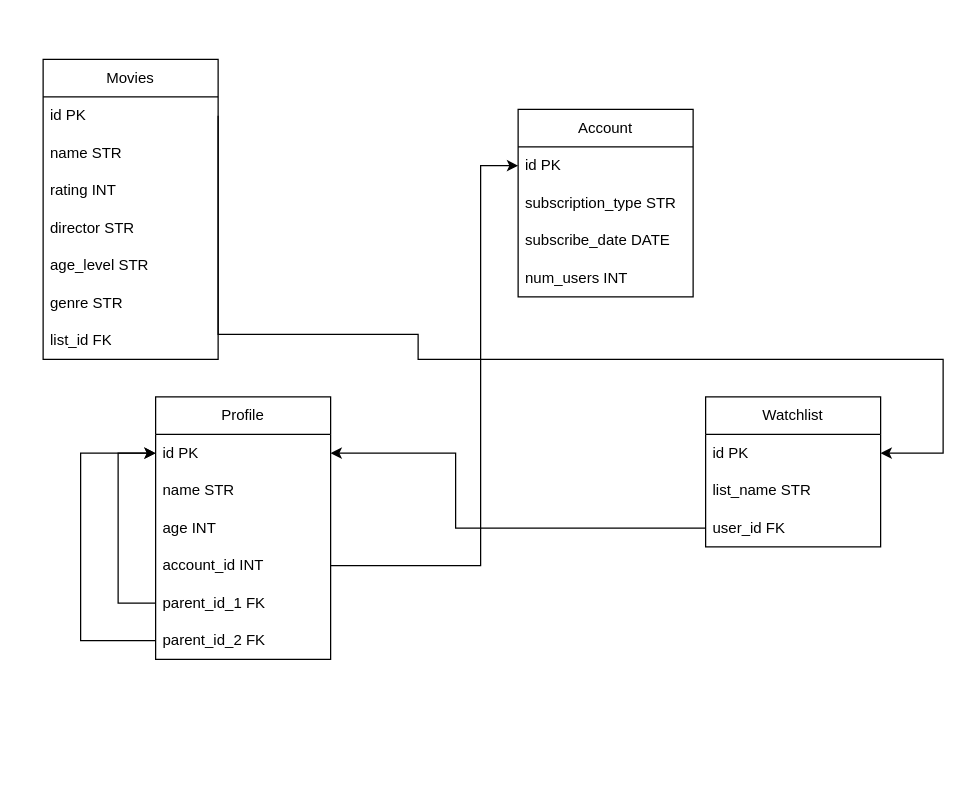
The draw.io diagram netflix_clone_db_erd.drawio in JohnKang0720/netflix-db-clone, before the edit. Source tidied: cells renumbered, new cells numbered last; positions are measured from the earlier drawing's top-left corner, leaving out a move shared by most shapes. Both pictures are drawn from the tidied source at 125%, with x=0, y=0 at pixel (42, 59).
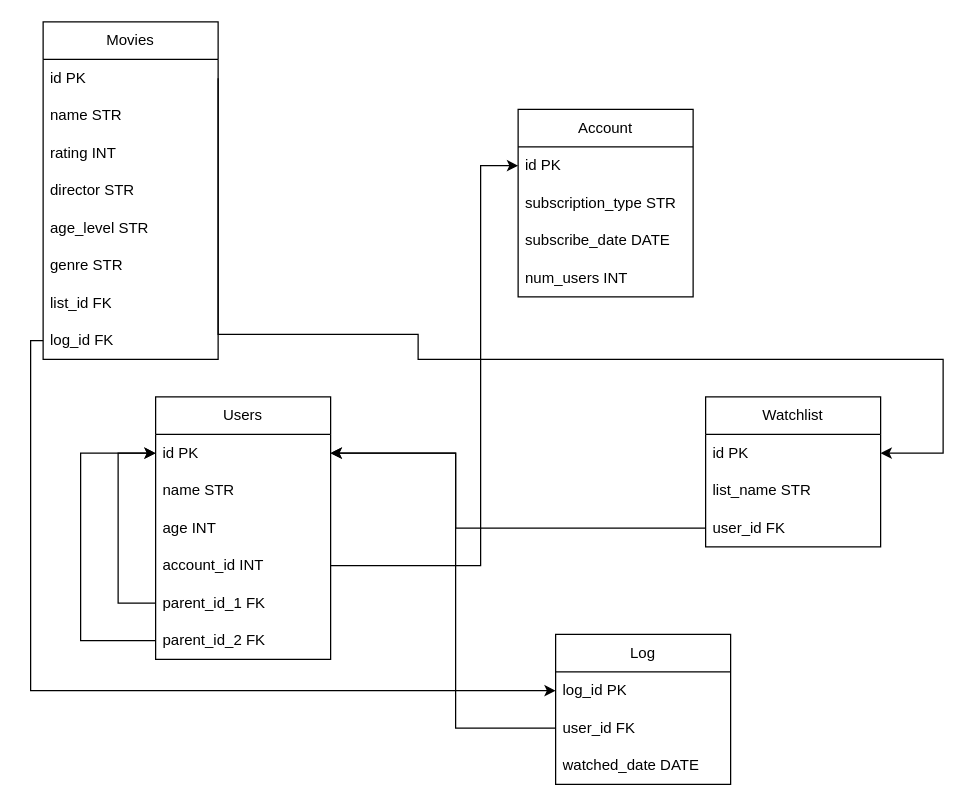
Above is the later version.

Unchanged cells that the change refers to:
```xml
<mxCell id="11" value="id PK" style="text;strokeColor=none;fillColor=none;align=left;verticalAlign=middle;spacingLeft=4;spacingRight=4;overflow=hidden;points=[[0,0.5],[1,0.5]];portConstraint=eastwest;whiteSpace=wrap;html=1;" parent="10" vertex="1">
  <mxGeometry y="30" width="140" height="30" as="geometry" />
</mxCell>
```

Diff of the diagram source:
```diff
@@
     <mxCell id="2" value="Movies" style="swimlane;fontStyle=0;horizontal=1;startSize=30;whiteSpace=wrap;html=1;" parent="1" vertex="1">
-      <mxGeometry width="140" height="240" as="geometry" />
+      <mxGeometry y="-30" width="140" height="270" as="geometry" />
     </mxCell>
@@
+    <mxCell id="31" value="log_id FK" style="text;strokeColor=none;fillColor=none;align=left;verticalAlign=middle;spacingLeft=4;spacingRight=4;overflow=hidden;points=[[0,0.5],[1,0.5]];portConstraint=eastwest;whiteSpace=wrap;html=1;" parent="2" vertex="1">
+      <mxGeometry y="240" width="140" height="30" as="geometry" />
+    </mxCell>
-    <mxCell id="10" value="Profile" style="swimlane;fontStyle=0;horizontal=1;startSize=30;whiteSpace=wrap;html=1;" parent="1" vertex="1">
+    <mxCell id="10" value="Users" style="swimlane;fontStyle=0;horizontal=1;startSize=30;whiteSpace=wrap;html=1;" parent="1" vertex="1">
       <mxGeometry x="90" y="270" width="140" height="210" as="geometry" />
     </mxCell>
@@
+    <mxCell id="32" value="Log" style="swimlane;fontStyle=0;horizontal=1;startSize=30;whiteSpace=wrap;html=1;" parent="1" vertex="1">
+      <mxGeometry x="410" y="460" width="140" height="120" as="geometry" />
+    </mxCell>
+    <mxCell id="33" value="log_id PK" style="text;strokeColor=none;fillColor=none;align=left;verticalAlign=middle;spacingLeft=4;spacingRight=4;overflow=hidden;points=[[0,0.5],[1,0.5]];portConstraint=eastwest;whiteSpace=wrap;html=1;" parent="32" vertex="1">
+      <mxGeometry y="30" width="140" height="30" as="geometry" />
+    </mxCell>
+    <mxCell id="34" value="user_id FK" style="text;strokeColor=none;fillColor=none;align=left;verticalAlign=middle;spacingLeft=4;spacingRight=4;overflow=hidden;points=[[0,0.5],[1,0.5]];portConstraint=eastwest;whiteSpace=wrap;html=1;" parent="32" vertex="1">
+      <mxGeometry y="60" width="140" height="30" as="geometry" />
+    </mxCell>
+    <mxCell id="35" value="watched_date DATE" style="text;strokeColor=none;fillColor=none;align=left;verticalAlign=middle;spacingLeft=4;spacingRight=4;overflow=hidden;whiteSpace=wrap;html=1;" parent="32" vertex="1">
+      <mxGeometry y="90" width="140" height="30" as="geometry" />
+    </mxCell>
+    <mxCell id="36" style="edgeStyle=orthogonalEdgeStyle;rounded=0;jettySize=auto;html=1;entryX=0;entryY=0.5;entryDx=0;entryDy=0;" parent="1" edge="1" source="31" target="33">
+      <mxGeometry relative="1" as="geometry">
+        <Array as="points">
+          <mxPoint x="-10" y="225" />
+          <mxPoint x="-10" y="505" />
+        </Array>
+      </mxGeometry>
+    </mxCell>
+    <mxCell id="37" style="edgeStyle=orthogonalEdgeStyle;rounded=0;jettySize=auto;html=1;entryX=1;entryY=0.5;entryDx=0;entryDy=0;" parent="1" edge="1" source="34" target="11">
+      <mxGeometry relative="1" as="geometry">
+        <Array as="points">
+          <mxPoint x="330" y="535" />
+          <mxPoint x="330" y="315" />
+        </Array>
+      </mxGeometry>
+    </mxCell>
```
